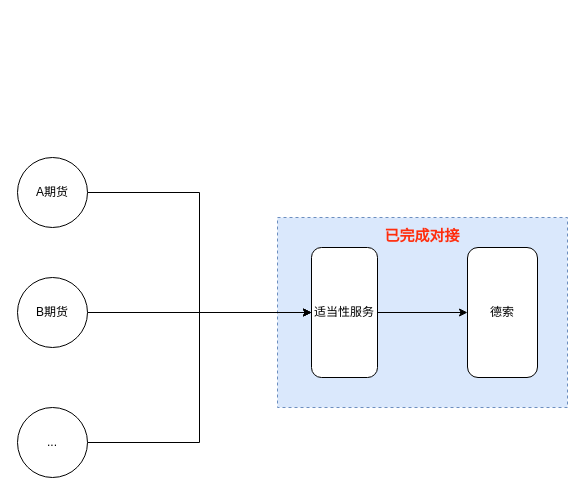
Earlier version of the draw.io diagram 德索-三方-适当性.drawio (ammengke/my-drawio). Source tidied: cells renumbered, new cells numbered last; positions are measured from the earlier drawing's top-left corner, leaving out a move shared by most shapes. Both pictures are drawn from the tidied source at 100%, with x=0, y=0 at pixel (17, 157).
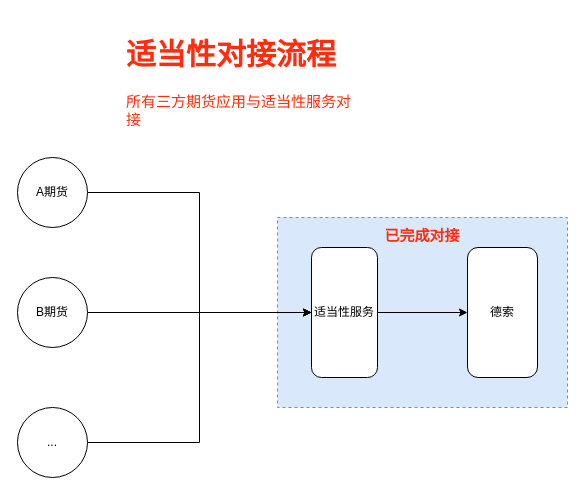
Above is the later version.

Commit message (it also covers changes not shown here):
更新德索-三方-适当性.drawio

The edit, as a diff of the source:
```diff
@@
 <mxGraphModel>
   <root>
     <mxCell id="0" />
     <mxCell id="1" parent="0" />
     <mxCell id="2" style="rounded=0;whiteSpace=wrap;html=1;fillColor=#dae8fc;strokeColor=#6c8ebf;dashed=1;" parent="1" vertex="1">
       <mxGeometry x="260" y="60" width="290" height="190" as="geometry" />
     </mxCell>
     <mxCell id="3" value="德索" style="rounded=1;whiteSpace=wrap;html=1;" parent="1" vertex="1">
       <mxGeometry x="450" y="90" width="70" height="130" as="geometry" />
     </mxCell>
     <mxCell id="4" style="edgeStyle=orthogonalEdgeStyle;rounded=0;jettySize=auto;html=1;" parent="1" edge="1" source="5" target="3">
       <mxGeometry relative="1" as="geometry" />
     </mxCell>
     <mxCell id="5" value="适当性服务" style="rounded=1;whiteSpace=wrap;html=1;" parent="1" vertex="1">
       <mxGeometry x="294" y="90" width="66" height="130" as="geometry" />
     </mxCell>
     <mxCell id="6" style="edgeStyle=orthogonalEdgeStyle;rounded=0;jettySize=auto;html=1;entryX=0;entryY=0.5;entryDx=0;entryDy=0;" parent="1" edge="1" source="7" target="5">
       <mxGeometry relative="1" as="geometry" />
     </mxCell>
     <mxCell id="7" value="A期货" style="ellipse;whiteSpace=wrap;html=1;" parent="1" vertex="1">
       <mxGeometry width="70" height="70" as="geometry" />
     </mxCell>
     <mxCell id="8" style="edgeStyle=orthogonalEdgeStyle;rounded=0;jettySize=auto;html=1;" parent="1" edge="1" source="9" target="5">
       <mxGeometry relative="1" as="geometry" />
     </mxCell>
     <mxCell id="9" value="B期货" style="ellipse;whiteSpace=wrap;html=1;" parent="1" vertex="1">
       <mxGeometry y="120" width="70" height="70" as="geometry" />
     </mxCell>
     <mxCell id="10" style="edgeStyle=orthogonalEdgeStyle;rounded=0;jettySize=auto;html=1;entryX=0;entryY=0.5;entryDx=0;entryDy=0;" parent="1" edge="1" source="11" target="5">
       <mxGeometry relative="1" as="geometry" />
     </mxCell>
     <mxCell id="11" value="..." style="ellipse;whiteSpace=wrap;html=1;" parent="1" vertex="1">
       <mxGeometry y="250" width="70" height="70" as="geometry" />
     </mxCell>
     <mxCell id="12" value="已完成对接" style="text;html=1;strokeColor=none;fillColor=none;align=center;verticalAlign=middle;whiteSpace=wrap;rounded=0;dashed=1;fontColor=#FF2D0D;fontStyle=1;fontSize=15;" parent="1" vertex="1">
       <mxGeometry x="350" y="70" width="110" height="15" as="geometry" />
     </mxCell>
+    <mxCell id="13" value="&lt;h1&gt;适当性对接流程&lt;/h1&gt;&lt;p&gt;所有三方期货应用与适当性服务对接&lt;/p&gt;" style="text;html=1;strokeColor=none;fillColor=none;spacing=5;spacingTop=-20;whiteSpace=wrap;overflow=hidden;rounded=0;dashed=1;fontSize=15;fontColor=#FF2D0D;" parent="1" vertex="1">
+      <mxGeometry x="104" y="-130" width="246" height="110" as="geometry" />
+    </mxCell>
   </root>
 </mxGraphModel>
```
